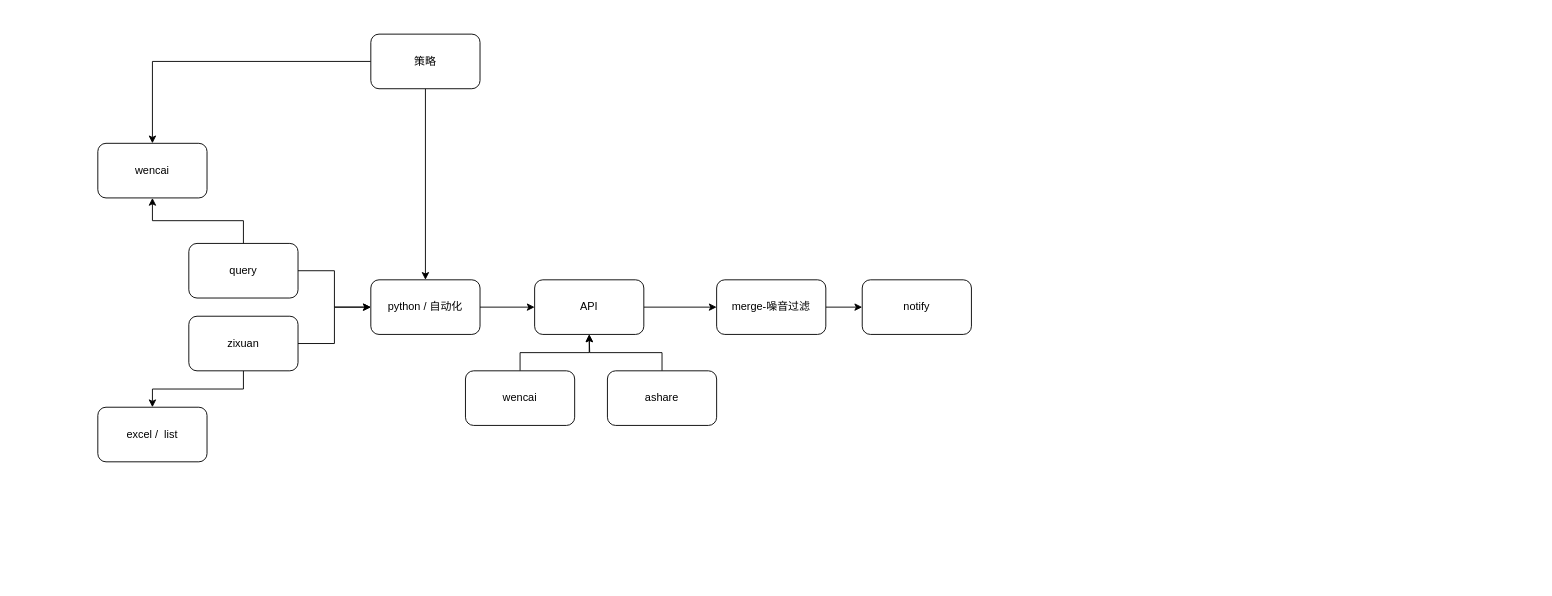
Asamiyaa/microservice-k8s-yun keeps this draw.io diagram as menus/python量化.drawio. Above is the earlier version. Source tidied: cells renumbered, new cells numbered last; positions are measured from the earlier drawing's top-left corner, leaving out a move shared by most shapes. Both pictures are drawn from the tidied source at 91%, with x=0, y=0 at pixel (97, 34).
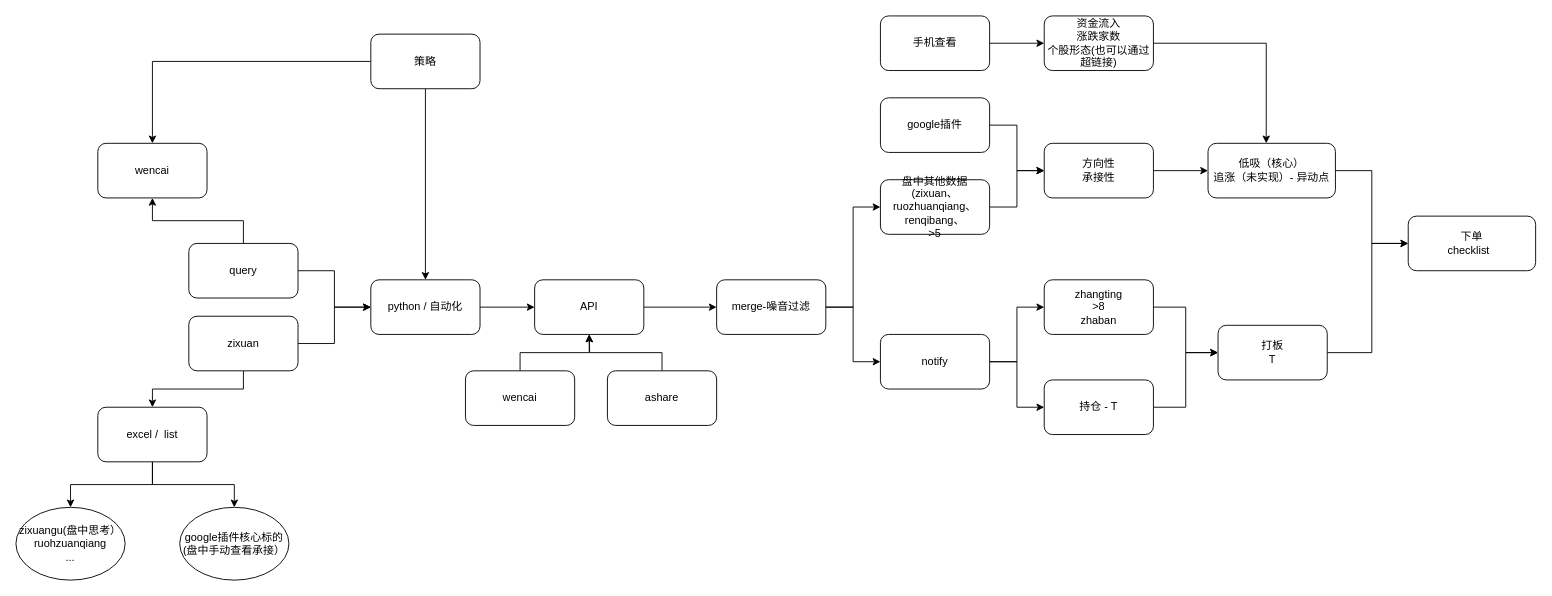
After the change.

The change refers to these unchanged cells:
```xml
<mxCell id="11" value="excel /&amp;nbsp; list" style="rounded=1;whiteSpace=wrap;html=1;" parent="1" vertex="1">
  <mxGeometry y="410" width="120" height="60" as="geometry" />
</mxCell>
<mxCell id="22" value="merge-噪音过滤" style="rounded=1;whiteSpace=wrap;html=1;" parent="1" vertex="1">
  <mxGeometry x="680" y="270" width="120" height="60" as="geometry" />
</mxCell>
```

The edit, as a diff of the source:
```diff
@@
+    <mxCell id="24" style="edgeStyle=orthogonalEdgeStyle;rounded=0;jettySize=auto;html=1;exitX=0.5;exitY=1;exitDx=0;exitDy=0;" parent="1" edge="1" source="11" target="29">
+      <mxGeometry relative="1" as="geometry" />
+    </mxCell>
+    <mxCell id="25" style="edgeStyle=orthogonalEdgeStyle;rounded=0;jettySize=auto;html=1;exitX=0.5;exitY=1;exitDx=0;exitDy=0;entryX=0.5;entryY=0;entryDx=0;entryDy=0;" parent="1" edge="1" source="11" target="30">
+      <mxGeometry relative="1" as="geometry" />
+    </mxCell>
@@
+    <mxCell id="26" style="edgeStyle=orthogonalEdgeStyle;rounded=0;jettySize=auto;html=1;exitX=1;exitY=0.5;exitDx=0;exitDy=0;entryX=0;entryY=0.5;entryDx=0;entryDy=0;" parent="1" edge="1" source="22" target="34">
+      <mxGeometry relative="1" as="geometry" />
+    </mxCell>
@@
+    <mxCell id="27" style="edgeStyle=orthogonalEdgeStyle;rounded=0;jettySize=auto;html=1;exitX=1;exitY=0.5;exitDx=0;exitDy=0;" parent="1" edge="1" source="23" target="32">
+      <mxGeometry relative="1" as="geometry" />
+    </mxCell>
+    <mxCell id="28" style="edgeStyle=orthogonalEdgeStyle;rounded=0;jettySize=auto;html=1;exitX=1;exitY=0.5;exitDx=0;exitDy=0;entryX=0;entryY=0.5;entryDx=0;entryDy=0;" parent="1" edge="1" source="23" target="42">
+      <mxGeometry relative="1" as="geometry" />
+    </mxCell>
     <mxCell id="23" value="notify" style="rounded=1;whiteSpace=wrap;html=1;" parent="1" vertex="1">
-      <mxGeometry x="840" y="270" width="120" height="60" as="geometry" />
+      <mxGeometry x="860" y="330" width="120" height="60" as="geometry" />
     </mxCell>
+    <mxCell id="29" value="zixuangu(盘中思考）&lt;br&gt;ruohzuanqiang&lt;br&gt;..." style="ellipse;whiteSpace=wrap;html=1;" parent="1" vertex="1">
+      <mxGeometry x="-90" y="520" width="120" height="80" as="geometry" />
+    </mxCell>
+    <mxCell id="30" value="google插件核心标的&lt;br&gt;(盘中手动查看承接）" style="ellipse;whiteSpace=wrap;html=1;" parent="1" vertex="1">
+      <mxGeometry x="90" y="520" width="120" height="80" as="geometry" />
+    </mxCell>
+    <mxCell id="31" style="edgeStyle=orthogonalEdgeStyle;rounded=0;jettySize=auto;html=1;exitX=1;exitY=0.5;exitDx=0;exitDy=0;entryX=0;entryY=0.5;entryDx=0;entryDy=0;" parent="1" edge="1" source="32" target="44">
+      <mxGeometry relative="1" as="geometry" />
+    </mxCell>
+    <mxCell id="32" value="zhangting&lt;br&gt;&amp;gt;8&lt;br&gt;zhaban" style="rounded=1;whiteSpace=wrap;html=1;" parent="1" vertex="1">
+      <mxGeometry x="1040" y="270" width="120" height="60" as="geometry" />
+    </mxCell>
+    <mxCell id="33" style="edgeStyle=orthogonalEdgeStyle;rounded=0;jettySize=auto;html=1;exitX=1;exitY=0.5;exitDx=0;exitDy=0;entryX=0;entryY=0.5;entryDx=0;entryDy=0;" parent="1" edge="1" source="34" target="36">
+      <mxGeometry relative="1" as="geometry" />
+    </mxCell>
+    <mxCell id="34" value="盘中其他数据(zixuan、ruozhuanqiang、renqibang、&lt;br&gt;&amp;gt;5" style="rounded=1;whiteSpace=wrap;html=1;" parent="1" vertex="1">
+      <mxGeometry x="860" y="160" width="120" height="60" as="geometry" />
+    </mxCell>
+    <mxCell id="35" style="edgeStyle=orthogonalEdgeStyle;rounded=0;jettySize=auto;html=1;exitX=1;exitY=0.5;exitDx=0;exitDy=0;" parent="1" edge="1" source="36" target="38">
+      <mxGeometry relative="1" as="geometry" />
+    </mxCell>
+    <mxCell id="36" value="方向性&lt;br&gt;承接性" style="rounded=1;whiteSpace=wrap;html=1;" parent="1" vertex="1">
+      <mxGeometry x="1040" y="120" width="120" height="60" as="geometry" />
+    </mxCell>
+    <mxCell id="37" style="edgeStyle=orthogonalEdgeStyle;rounded=0;jettySize=auto;html=1;exitX=1;exitY=0.5;exitDx=0;exitDy=0;entryX=0;entryY=0.5;entryDx=0;entryDy=0;" parent="1" edge="1" source="38" target="49">
+      <mxGeometry relative="1" as="geometry">
+        <Array as="points">
+          <mxPoint x="1400" y="150" />
+          <mxPoint x="1400" y="230" />
+        </Array>
+      </mxGeometry>
+    </mxCell>
+    <mxCell id="38" value="低吸（核心）&lt;br&gt;追涨（未实现）- 异动点" style="rounded=1;whiteSpace=wrap;html=1;" parent="1" vertex="1">
+      <mxGeometry x="1220" y="120" width="140" height="60" as="geometry" />
+    </mxCell>
+    <mxCell id="39" style="edgeStyle=orthogonalEdgeStyle;rounded=0;jettySize=auto;html=1;exitX=1;exitY=0.5;exitDx=0;exitDy=0;entryX=0;entryY=0.5;entryDx=0;entryDy=0;" parent="1" edge="1" source="40" target="36">
+      <mxGeometry relative="1" as="geometry" />
+    </mxCell>
+    <mxCell id="40" value="google插件" style="rounded=1;whiteSpace=wrap;html=1;" parent="1" vertex="1">
+      <mxGeometry x="860" y="70" width="120" height="60" as="geometry" />
+    </mxCell>
+    <mxCell id="41" style="edgeStyle=orthogonalEdgeStyle;rounded=0;jettySize=auto;html=1;exitX=1;exitY=0.5;exitDx=0;exitDy=0;entryX=0;entryY=0.5;entryDx=0;entryDy=0;" parent="1" edge="1" source="42" target="44">
+      <mxGeometry relative="1" as="geometry" />
+    </mxCell>
+    <mxCell id="42" value="持仓 - T" style="rounded=1;whiteSpace=wrap;html=1;" parent="1" vertex="1">
+      <mxGeometry x="1040" y="380" width="120" height="60" as="geometry" />
+    </mxCell>
+    <mxCell id="43" style="edgeStyle=orthogonalEdgeStyle;rounded=0;jettySize=auto;html=1;exitX=1;exitY=0.5;exitDx=0;exitDy=0;entryX=0;entryY=0.5;entryDx=0;entryDy=0;" parent="1" edge="1" source="44" target="49">
+      <mxGeometry relative="1" as="geometry">
+        <Array as="points">
+          <mxPoint x="1400" y="350" />
+          <mxPoint x="1400" y="230" />
+        </Array>
+      </mxGeometry>
+    </mxCell>
+    <mxCell id="44" value="打板&lt;br&gt;T" style="rounded=1;whiteSpace=wrap;html=1;" parent="1" vertex="1">
+      <mxGeometry x="1231" y="320" width="120" height="60" as="geometry" />
+    </mxCell>
+    <mxCell id="45" style="edgeStyle=orthogonalEdgeStyle;rounded=0;jettySize=auto;html=1;exitX=1;exitY=0.5;exitDx=0;exitDy=0;entryX=0;entryY=0.5;entryDx=0;entryDy=0;" parent="1" edge="1" source="46" target="47">
+      <mxGeometry relative="1" as="geometry" />
+    </mxCell>
+    <mxCell id="46" value="手机查看" style="rounded=1;whiteSpace=wrap;html=1;" parent="1" vertex="1">
+      <mxGeometry x="860" y="-20" width="120" height="60" as="geometry" />
+    </mxCell>
+    <mxCell id="47" value="资金流入&lt;br&gt;涨跌家数&lt;br&gt;个股形态(也可以通过超链接)" style="rounded=1;whiteSpace=wrap;html=1;" parent="1" vertex="1">
+      <mxGeometry x="1040" y="-20" width="120" height="60" as="geometry" />
+    </mxCell>
+    <mxCell id="48" style="edgeStyle=orthogonalEdgeStyle;rounded=0;jettySize=auto;html=1;exitX=1;exitY=0.5;exitDx=0;exitDy=0;entryX=0.457;entryY=0;entryDx=0;entryDy=0;entryPerimeter=0;" parent="1" edge="1" source="47" target="38">
+      <mxGeometry relative="1" as="geometry" />
+    </mxCell>
+    <mxCell id="49" value="下单&lt;br&gt;checklist&amp;nbsp;&amp;nbsp;" style="rounded=1;whiteSpace=wrap;html=1;" parent="1" vertex="1">
+      <mxGeometry x="1440" y="200" width="140" height="60" as="geometry" />
+    </mxCell>
```
